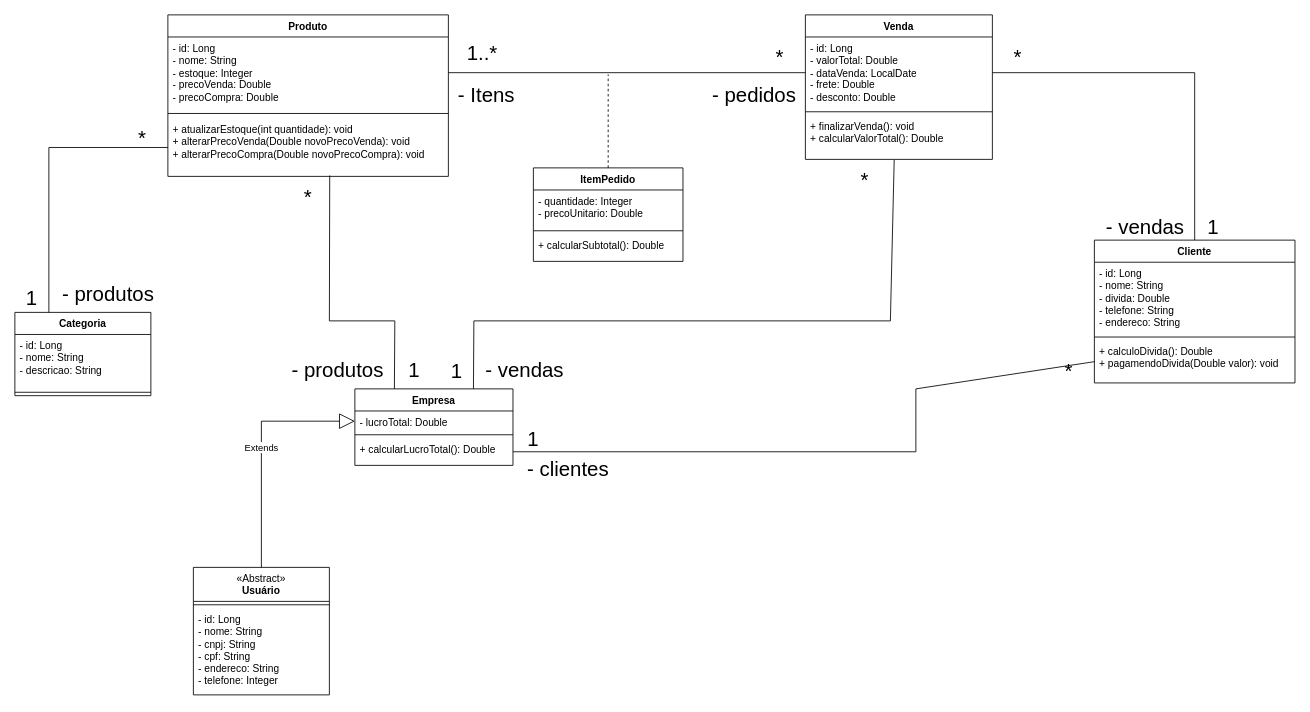
This is Diagramas/Lojinha.drawio from SaulinhoDevs/Lojinha, a draw.io file, before an edit. Source tidied: cells renumbered, new cells numbered last; positions are measured from the earlier drawing's top-left corner, leaving out a move shared by most shapes. Both pictures are drawn from the tidied source at 85%, with x=0, y=0 at pixel (14, 14).
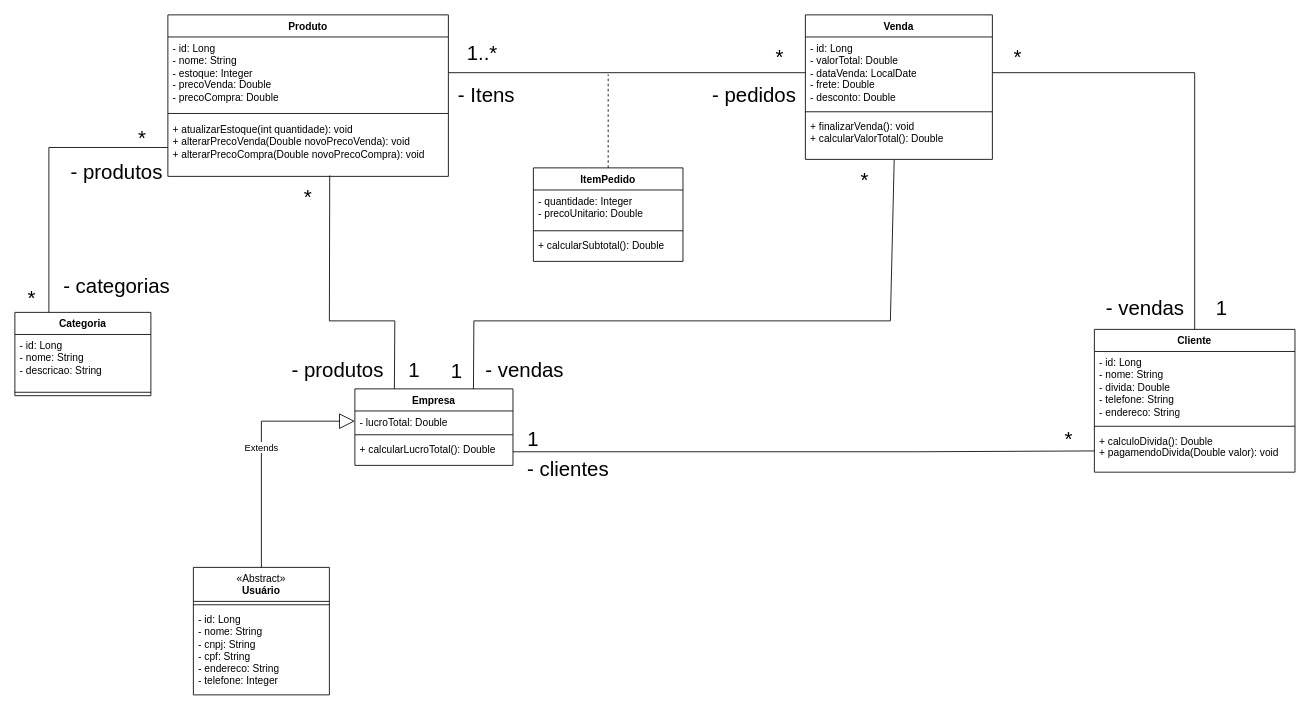
Above is the later version.

Unchanged cells that the change refers to:
```xml
<mxCell id="13" value="+ calcularLucroTotal(): Double" style="text;strokeColor=none;fillColor=none;align=left;verticalAlign=top;spacingLeft=4;spacingRight=4;overflow=hidden;points=[[0,0.5],[1,0.5]];portConstraint=eastwest;whiteSpace=wrap;html=1;" parent="10" vertex="1">
  <mxGeometry y="58" width="186" height="32" as="geometry" />
</mxCell>
<mxCell id="17" value="+ calculoDivida(): Double&lt;div&gt;+ pagamendoDivida(Double valor): void&lt;/div&gt;" style="text;strokeColor=none;fillColor=none;align=left;verticalAlign=top;spacingLeft=4;spacingRight=4;overflow=hidden;points=[[0,0.5],[1,0.5]];portConstraint=eastwest;whiteSpace=wrap;html=1;" parent="14" vertex="1">
  <mxGeometry y="118" width="236" height="50" as="geometry" />
</mxCell>
```

Change to the diagram source:
```diff
@@
     <mxCell id="14" value="Cliente" style="swimlane;fontStyle=1;align=center;verticalAlign=top;horizontal=1;startSize=26;whiteSpace=wrap;html=1;" parent="1" vertex="1">
-      <mxGeometry x="1270" y="265" width="236" height="168" as="geometry" />
+      <mxGeometry x="1270" y="370" width="236" height="168" as="geometry" />
     </mxCell>
@@
-    <mxCell id="29" value="&lt;font style=&quot;font-size: 24px;&quot;&gt;1&lt;/font&gt;" style="text;html=1;whiteSpace=wrap;strokeColor=none;fillColor=none;align=center;verticalAlign=middle;rounded=0;" parent="1" vertex="1">
+    <mxCell id="29" value="&lt;font style=&quot;font-size: 24px;&quot;&gt;*&lt;/font&gt;" style="text;html=1;whiteSpace=wrap;strokeColor=none;fillColor=none;align=center;verticalAlign=middle;rounded=0;" parent="1" vertex="1">
       <mxGeometry y="324" width="40" height="20" as="geometry" />
     </mxCell>
@@
     <mxCell id="44" style="endArrow=none;html=1;rounded=0;exitX=1;exitY=0.5;exitDx=0;exitDy=0;entryX=0;entryY=0.5;entryDx=0;entryDy=0;fillColor=light-dark(transparent,#FFFFFF);" parent="1" edge="1" source="13" target="17">
       <mxGeometry relative="1" as="geometry">
         <Array as="points">
           <mxPoint x="1060" y="514" />
-          <mxPoint x="1060" y="440" />
         </Array>
       </mxGeometry>
     </mxCell>
@@
     <mxCell id="46" value="&lt;font style=&quot;font-size: 24px;&quot;&gt;1&lt;/font&gt;" style="text;html=1;whiteSpace=wrap;strokeColor=none;fillColor=none;align=center;verticalAlign=middle;rounded=0;" parent="1" vertex="1">
-      <mxGeometry x="1390" y="240" width="40" height="20" as="geometry" />
+      <mxGeometry x="1400" y="335" width="40" height="20" as="geometry" />
     </mxCell>
@@
     <mxCell id="49" value="&lt;font style=&quot;font-size: 24px;&quot;&gt;*&lt;/font&gt;" style="text;html=1;whiteSpace=wrap;strokeColor=none;fillColor=none;align=center;verticalAlign=middle;rounded=0;" parent="1" vertex="1">
-      <mxGeometry x="1220" y="410" width="40" height="20" as="geometry" />
+      <mxGeometry x="1220" y="490" width="40" height="20" as="geometry" />
     </mxCell>
     <mxCell id="50" value="&lt;font style=&quot;font-size: 24px;&quot;&gt;- produtos&lt;/font&gt;" style="text;html=1;whiteSpace=wrap;strokeColor=none;fillColor=none;align=center;verticalAlign=middle;rounded=0;" parent="1" vertex="1">
-      <mxGeometry x="50" y="314" width="120" height="30" as="geometry" />
+      <mxGeometry x="60" y="170" width="120" height="30" as="geometry" />
     </mxCell>
     <mxCell id="51" value="&lt;font style=&quot;font-size: 24px;&quot;&gt;- vendas&lt;/font&gt;" style="text;html=1;whiteSpace=wrap;strokeColor=none;fillColor=none;align=center;verticalAlign=middle;rounded=0;" parent="1" vertex="1">
-      <mxGeometry x="1280" y="235" width="100" height="30" as="geometry" />
+      <mxGeometry x="1280" y="330" width="100" height="30" as="geometry" />
     </mxCell>
@@
+    <mxCell id="55" value="&lt;font style=&quot;font-size: 24px;&quot;&gt;- categorias&lt;/font&gt;" style="text;html=1;whiteSpace=wrap;strokeColor=none;fillColor=none;align=center;verticalAlign=middle;rounded=0;" parent="1" vertex="1">
+      <mxGeometry x="50" y="305" width="140" height="30" as="geometry" />
+    </mxCell>
```
